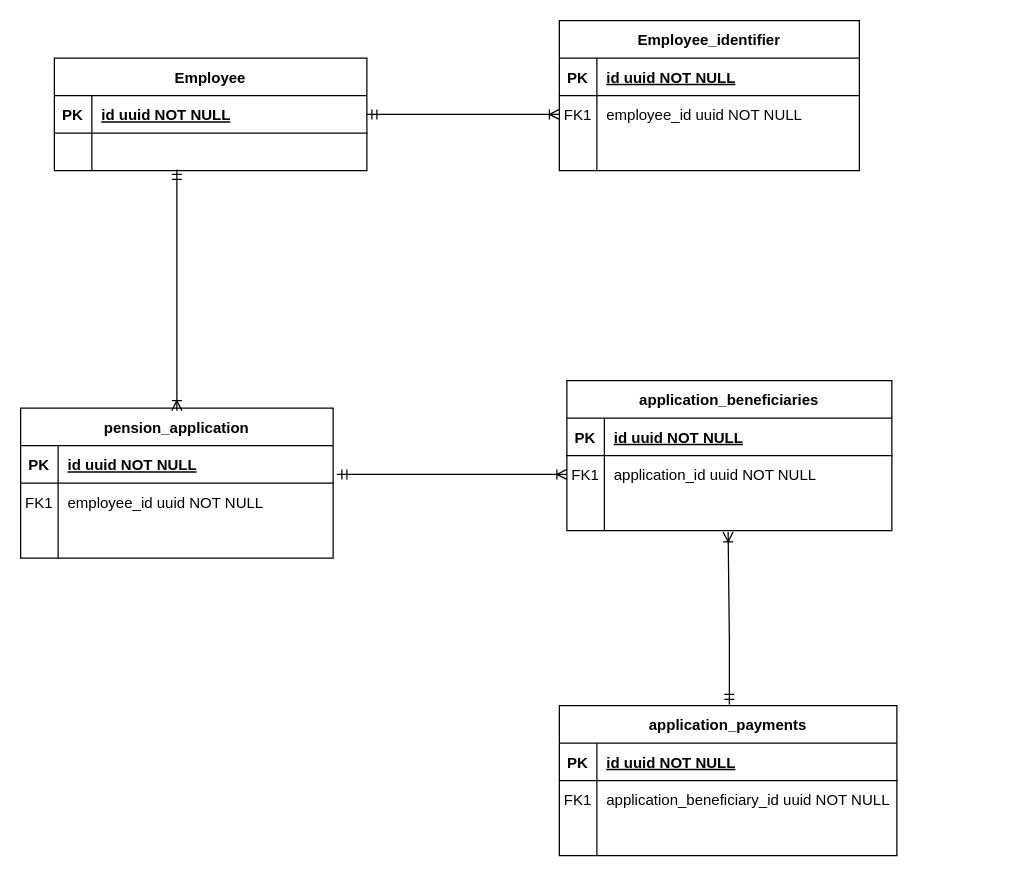
The draw.io diagram Imisanzu_V2_DB.drawio in batumutsu/imisanzu_v2_db, before the edit. Source tidied: cells renumbered, new cells numbered last; positions are measured from the earlier drawing's top-left corner, leaving out a move shared by most shapes. Both pictures are drawn from the tidied source at 125%, with x=0, y=0 at pixel (20, 20).
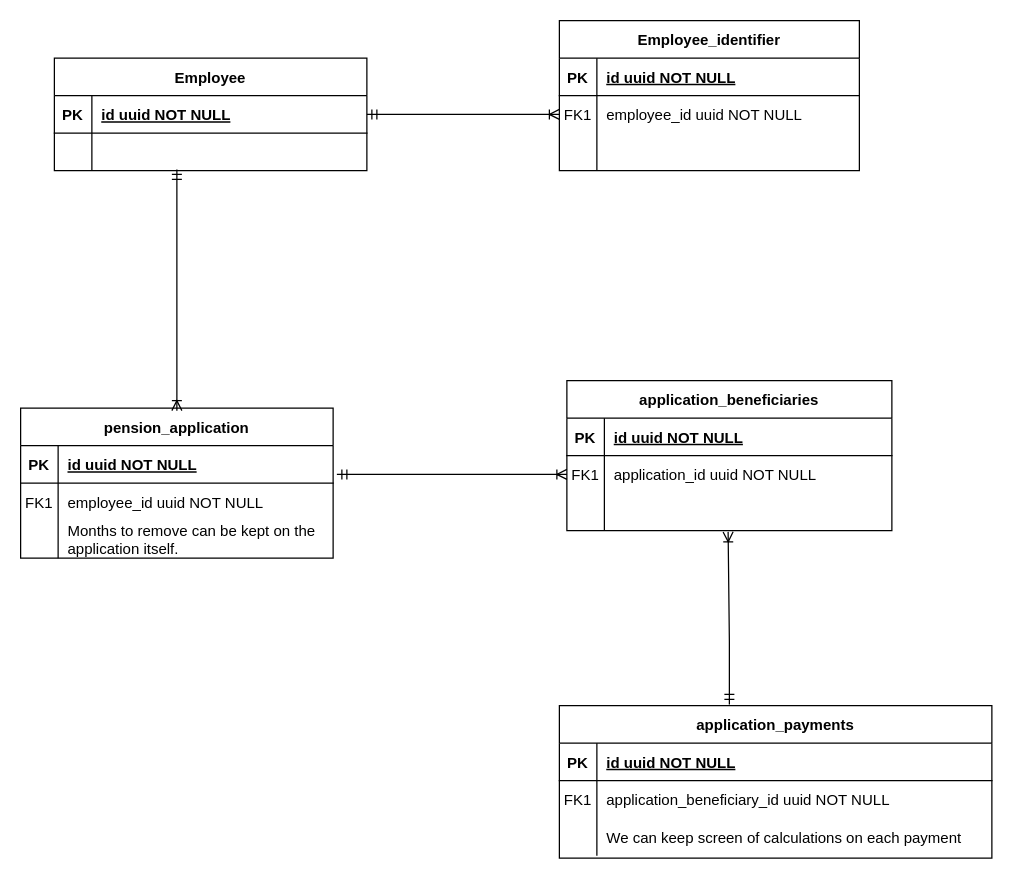
After the change.

Unchanged cells that the change refers to:
```xml
<mxCell id="19" style="shape=partialRectangle;fillColor=none;top=0;left=0;right=0;bottom=0;" parent="12" vertex="1">
  <mxGeometry y="90" width="250" height="30" as="geometry" />
</mxCell>
```

The edit, as a diff of the source:
```diff
@@
-    <mxCell id="21" style="shape=partialRectangle;overflow=hidden;fillColor=none;top=0;left=0;bottom=0;right=0;align=left;spacingLeft=6;" parent="19" vertex="1">
+    <mxCell id="21" value="Months to remove can be kept on the&#10;application itself." style="shape=partialRectangle;overflow=hidden;fillColor=none;top=0;left=0;bottom=0;right=0;align=left;spacingLeft=6;" parent="19" vertex="1">
       <mxGeometry x="30" width="220" height="30" as="geometry" />
     </mxCell>
@@
     <mxCell id="41" value="application_payments" style="shape=table;startSize=30;childLayout=tableLayout;rowLines=0;fontStyle=1;align=center;" parent="1" vertex="1">
-      <mxGeometry x="431" y="548" width="270" height="120" as="geometry" />
+      <mxGeometry x="431" y="548" width="346" height="122" as="geometry" />
     </mxCell>
     <mxCell id="42" style="shape=partialRectangle;fillColor=none;top=0;left=0;right=0;bottom=1;" parent="41" vertex="1">
-      <mxGeometry y="30" width="270" height="30" as="geometry" />
+      <mxGeometry y="30" width="346" height="30" as="geometry" />
     </mxCell>
@@
     <mxCell id="44" value="id uuid NOT NULL " style="shape=partialRectangle;overflow=hidden;fillColor=none;top=0;left=0;bottom=0;right=0;align=left;spacingLeft=6;fontStyle=5;" parent="42" vertex="1">
-      <mxGeometry x="30" width="240" height="30" as="geometry" />
+      <mxGeometry x="30" width="316" height="30" as="geometry" />
     </mxCell>
     <mxCell id="45" style="shape=partialRectangle;fillColor=none;top=0;left=0;right=0;bottom=0;" parent="41" vertex="1">
-      <mxGeometry y="60" width="270" height="30" as="geometry" />
+      <mxGeometry y="60" width="346" height="30" as="geometry" />
     </mxCell>
@@
     <mxCell id="47" value="application_beneficiary_id uuid NOT NULL" style="shape=partialRectangle;overflow=hidden;fillColor=none;top=0;left=0;bottom=0;right=0;align=left;spacingLeft=6;" parent="45" vertex="1">
-      <mxGeometry x="30" width="240" height="30" as="geometry" />
+      <mxGeometry x="30" width="316" height="30" as="geometry" />
     </mxCell>
     <mxCell id="48" style="shape=partialRectangle;fillColor=none;top=0;left=0;right=0;bottom=0;" parent="41" vertex="1">
-      <mxGeometry y="90" width="270" height="30" as="geometry" />
+      <mxGeometry y="90" width="346" height="30" as="geometry" />
     </mxCell>
@@
-    <mxCell id="50" style="shape=partialRectangle;overflow=hidden;fillColor=none;top=0;left=0;bottom=0;right=0;align=left;spacingLeft=6;" parent="48" vertex="1">
-      <mxGeometry x="30" width="240" height="30" as="geometry" />
+    <mxCell id="50" value="We can keep screen of calculations on each payment" style="shape=partialRectangle;overflow=hidden;fillColor=none;top=0;left=0;bottom=0;right=0;align=left;spacingLeft=6;" parent="48" vertex="1">
+      <mxGeometry x="30" width="316" height="30" as="geometry" />
     </mxCell>
```
